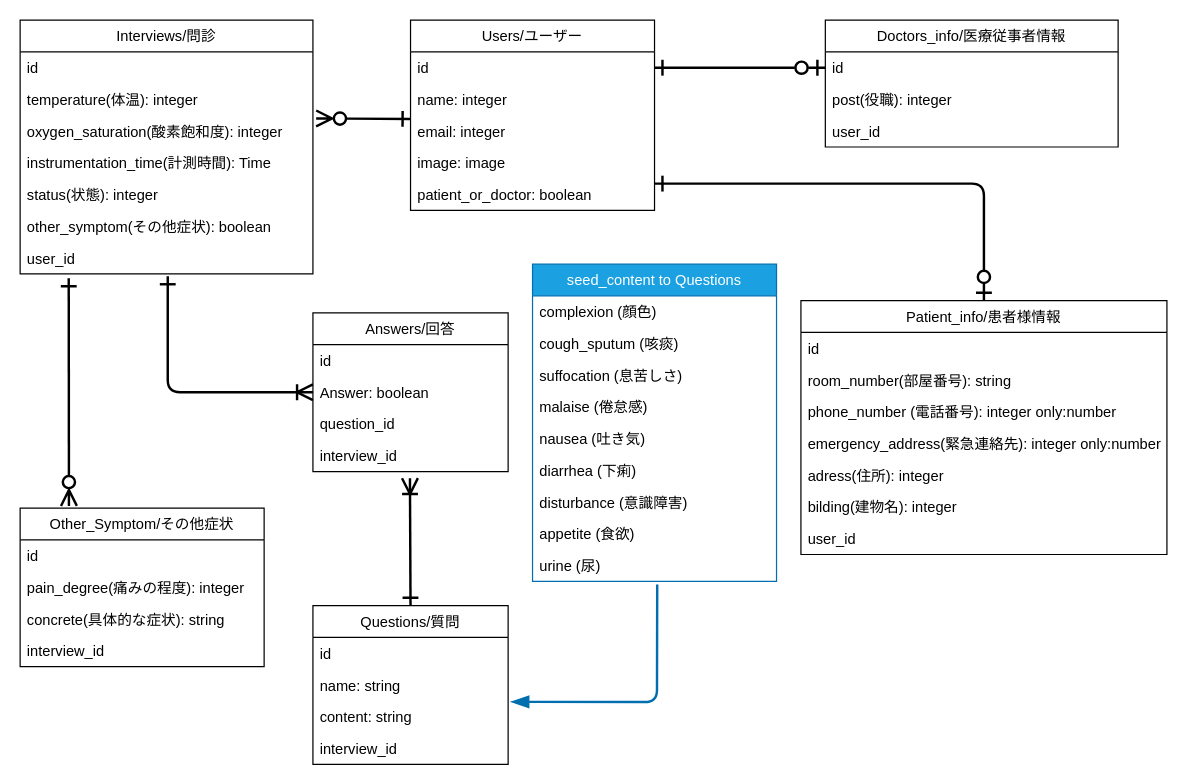
Earlier version of the draw.io diagram README参考資料/er図.drawio (wakametarou/COVID-MGR). Source tidied: cells renumbered, new cells numbered last; positions are measured from the earlier drawing's top-left corner, leaving out a move shared by most shapes. Both pictures are drawn from the tidied source at 122%, with x=0, y=0 at pixel (20, 20).
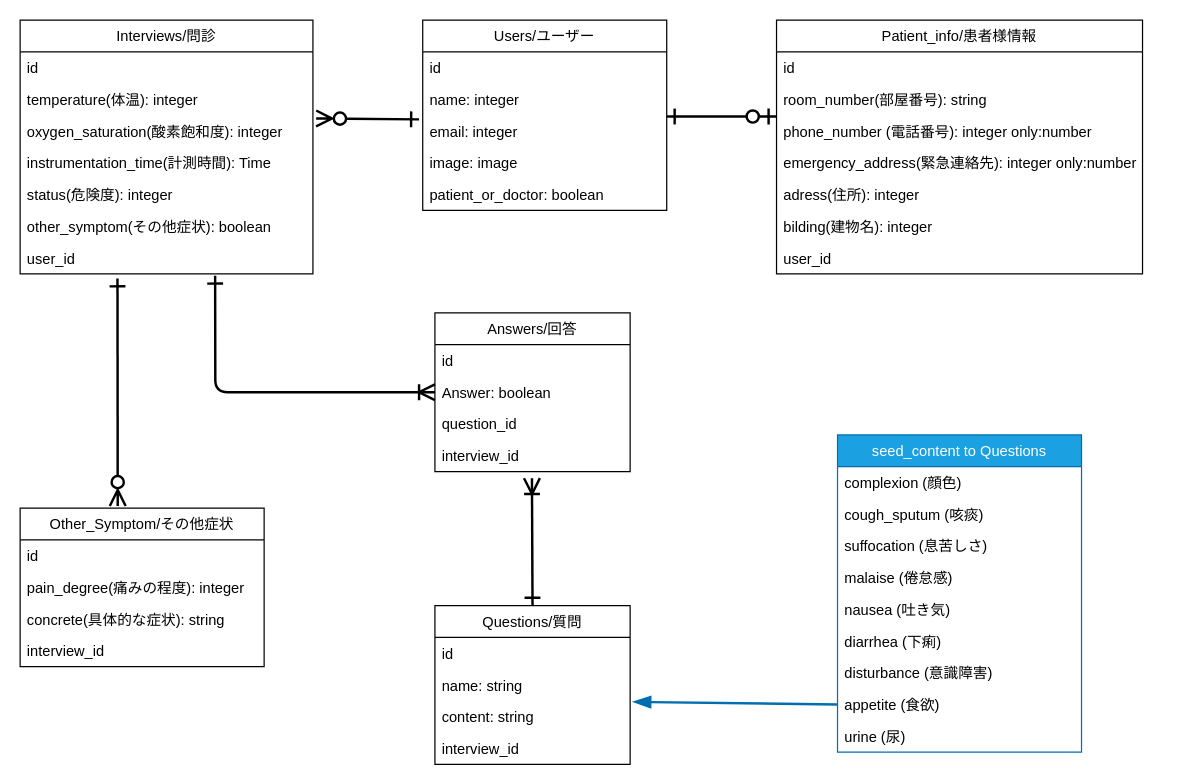
The same page after the edit.

The change refers to these unchanged cells:
```xml
<mxCell id="2" value="Interviews/問診" style="swimlane;fontStyle=0;horizontal=1;startSize=26;" parent="1" vertex="1">
  <mxGeometry width="240" height="208" as="geometry" />
</mxCell>
<mxCell id="5" value="oxygen_saturation(酸素飽和度): integer" style="text;strokeColor=none;fillColor=none;align=left;verticalAlign=top;spacingLeft=4;spacingRight=4;overflow=hidden;points=[[0,0.5],[1,0.5]];portConstraint=eastwest;" parent="2" vertex="1">
  <mxGeometry y="78" width="240" height="26" as="geometry" />
</mxCell>
<mxCell id="9" value="user_id" style="text;strokeColor=none;fillColor=none;align=left;verticalAlign=top;spacingLeft=4;spacingRight=4;overflow=hidden;points=[[0,0.5],[1,0.5]];portConstraint=eastwest;" parent="2" vertex="1">
  <mxGeometry y="182" width="240" height="26" as="geometry" />
</mxCell>
<mxCell id="12" value="id" style="text;strokeColor=none;fillColor=none;align=left;verticalAlign=top;spacingLeft=4;spacingRight=4;overflow=hidden;points=[[0,0.5],[1,0.5]];portConstraint=eastwest;" parent="11" vertex="1">
  <mxGeometry y="26" width="200" height="26" as="geometry" />
</mxCell>
<mxCell id="14" value="email: integer" style="text;strokeColor=none;fillColor=none;align=left;verticalAlign=top;spacingLeft=4;spacingRight=4;overflow=hidden;points=[[0,0.5],[1,0.5]];portConstraint=eastwest;" parent="11" vertex="1">
  <mxGeometry y="78" width="200" height="26" as="geometry" />
</mxCell>
<mxCell id="31" value="Answer: boolean" style="text;strokeColor=none;fillColor=none;align=left;verticalAlign=top;spacingLeft=4;spacingRight=4;overflow=hidden;points=[[0,0.5],[1,0.5]];portConstraint=eastwest;" parent="29" vertex="1">
  <mxGeometry y="52" width="160" height="26" as="geometry" />
</mxCell>
<mxCell id="37" value="Other_Symptom/その他症状" style="swimlane;fontStyle=0;horizontal=1;startSize=26;" parent="1" vertex="1">
  <mxGeometry y="400" width="200" height="130" as="geometry" />
</mxCell>
<mxCell id="46" value="content: string" style="text;strokeColor=none;fillColor=none;align=left;verticalAlign=top;spacingLeft=4;spacingRight=4;overflow=hidden;points=[[0,0.5],[1,0.5]];portConstraint=eastwest;" parent="43" vertex="1">
  <mxGeometry y="78" width="160" height="26" as="geometry" />
</mxCell>
<mxCell id="58" value="appetite (食欲)" style="text;strokeColor=none;fillColor=none;align=left;verticalAlign=top;spacingLeft=4;spacingRight=4;overflow=hidden;points=[[0,0.5],[1,0.5]];portConstraint=eastwest;" parent="50" vertex="1">
  <mxGeometry y="208" width="200" height="26" as="geometry" />
</mxCell>
<mxCell id="59" value="urine (尿)" style="text;strokeColor=none;fillColor=none;align=left;verticalAlign=top;spacingLeft=4;spacingRight=4;overflow=hidden;points=[[0,0.5],[1,0.5]];portConstraint=eastwest;" parent="50" vertex="1">
  <mxGeometry y="234" width="200" height="26" as="geometry" />
</mxCell>
```

The edit, as a diff of the source:
```diff
@@
-    <mxCell id="7" value="status(状態): integer" style="text;strokeColor=none;fillColor=none;align=left;verticalAlign=top;spacingLeft=4;spacingRight=4;overflow=hidden;" parent="2" vertex="1">
+    <mxCell id="7" value="status(危険度): integer" style="text;strokeColor=none;fillColor=none;align=left;verticalAlign=top;spacingLeft=4;spacingRight=4;overflow=hidden;" parent="2" vertex="1">
       <mxGeometry y="130" width="240" height="26" as="geometry" />
     </mxCell>
@@
-    <mxCell id="10" style="edgeStyle=none;html=1;endArrow=ERzeroToMany;endFill=0;strokeWidth=2;startArrow=ERone;startFill=0;targetPerimeterSpacing=0;rounded=1;sourcePerimeterSpacing=0;endSize=10;startSize=10;entryX=0.2;entryY=-0.014;entryDx=0;entryDy=0;entryPerimeter=0;exitX=0.166;exitY=1.141;exitDx=0;exitDy=0;exitPerimeter=0;" parent="1" edge="1" source="9" target="37">
-      <mxGeometry relative="1" as="geometry" />
+    <mxCell id="10" style="edgeStyle=none;html=1;endArrow=ERzeroToMany;endFill=0;strokeWidth=2;startArrow=ERone;startFill=0;targetPerimeterSpacing=0;rounded=1;sourcePerimeterSpacing=0;endSize=10;startSize=10;entryX=0.2;entryY=-0.014;entryDx=0;entryDy=0;entryPerimeter=0;exitX=0.166;exitY=1.141;exitDx=0;exitDy=0;exitPerimeter=0;" parent="1" edge="1">
+      <mxGeometry relative="1" as="geometry">
+        <mxPoint x="79.8" y="211.7" as="sourcePoint" />
+        <mxPoint x="80" y="398.2" as="targetPoint" />
+      </mxGeometry>
     </mxCell>
     <mxCell id="11" value="Users/ユーザー" style="swimlane;fontStyle=0;horizontal=1;startSize=26;" parent="1" vertex="1">
-      <mxGeometry x="320" width="200" height="156" as="geometry" />
+      <mxGeometry x="330" width="200" height="156" as="geometry" />
     </mxCell>
@@
-    <mxCell id="17" value="Doctors_info/医療従事者情報" style="swimlane;fontStyle=0;horizontal=1;startSize=26;" parent="1" vertex="1">
-      <mxGeometry x="660" width="240" height="104" as="geometry" />
-    </mxCell>
-    <mxCell id="18" value="id" style="text;strokeColor=none;fillColor=none;align=left;verticalAlign=top;spacingLeft=4;spacingRight=4;overflow=hidden;points=[[0,0.5],[1,0.5]];portConstraint=eastwest;" parent="17" vertex="1">
-      <mxGeometry y="26" width="240" height="26" as="geometry" />
-    </mxCell>
-    <mxCell id="19" value="post(役職): integer" style="text;strokeColor=none;fillColor=none;align=left;verticalAlign=top;spacingLeft=4;spacingRight=4;overflow=hidden;" parent="17" vertex="1">
-      <mxGeometry y="52" width="240" height="26" as="geometry" />
-    </mxCell>
-    <mxCell id="20" value="user_id" style="text;strokeColor=none;fillColor=none;align=left;verticalAlign=top;spacingLeft=4;spacingRight=4;overflow=hidden;" parent="17" vertex="1">
-      <mxGeometry y="78" width="240" height="26" as="geometry" />
-    </mxCell>
     <mxCell id="21" value="Patient_info/患者様情報" style="swimlane;fontStyle=0;horizontal=1;startSize=26;" parent="1" vertex="1">
-      <mxGeometry x="640" y="230" width="300" height="208" as="geometry" />
+      <mxGeometry x="620" width="300" height="208" as="geometry" />
     </mxCell>
@@
     <mxCell id="29" value="Answers/回答" style="swimlane;fontStyle=0;horizontal=1;startSize=26;" parent="1" vertex="1">
-      <mxGeometry x="240" y="240" width="160" height="130" as="geometry" />
+      <mxGeometry x="340" y="240" width="160" height="130" as="geometry" />
     </mxCell>
@@
-    <mxCell id="34" style="edgeStyle=none;html=1;endArrow=ERzeroToMany;endFill=0;strokeWidth=2;startArrow=ERone;startFill=0;targetPerimeterSpacing=0;rounded=1;sourcePerimeterSpacing=0;endSize=10;startSize=10;entryX=1.011;entryY=0.099;entryDx=0;entryDy=0;entryPerimeter=0;" parent="1" edge="1" target="5">
-      <mxGeometry relative="1" as="geometry">
-        <mxPoint x="320" y="81" as="sourcePoint" />
-      </mxGeometry>
+    <mxCell id="34" style="edgeStyle=none;html=1;endArrow=ERzeroToMany;endFill=0;strokeWidth=2;startArrow=ERone;startFill=0;targetPerimeterSpacing=0;rounded=1;sourcePerimeterSpacing=0;endSize=10;startSize=10;entryX=1.011;entryY=0.099;entryDx=0;entryDy=0;entryPerimeter=0;exitX=-0.015;exitY=0.129;exitDx=0;exitDy=0;exitPerimeter=0;" parent="1" edge="1" source="14" target="5">
+      <mxGeometry relative="1" as="geometry" />
     </mxCell>
-    <mxCell id="35" style="edgeStyle=none;html=1;endArrow=ERzeroToOne;endFill=0;strokeWidth=2;startArrow=ERone;startFill=0;targetPerimeterSpacing=0;rounded=1;sourcePerimeterSpacing=0;endSize=10;startSize=10;exitX=1;exitY=0.5;exitDx=0;exitDy=0;entryX=0;entryY=0.5;entryDx=0;entryDy=0;" parent="1" edge="1" source="12" target="18">
-      <mxGeometry relative="1" as="geometry" />
+    <mxCell id="35" style="edgeStyle=none;html=1;endArrow=ERzeroToOne;endFill=0;strokeWidth=2;startArrow=ERone;startFill=0;targetPerimeterSpacing=0;rounded=1;sourcePerimeterSpacing=0;endSize=10;startSize=10;entryX=0;entryY=0.5;entryDx=0;entryDy=0;" parent="1" edge="1">
+      <mxGeometry relative="1" as="geometry">
+        <mxPoint x="530" y="79" as="sourcePoint" />
+        <mxPoint x="620" y="79" as="targetPoint" />
+      </mxGeometry>
     </mxCell>
-    <mxCell id="36" style="edgeStyle=none;html=1;endArrow=ERzeroToOne;endFill=0;strokeWidth=2;startArrow=ERone;startFill=0;targetPerimeterSpacing=0;rounded=1;sourcePerimeterSpacing=0;endSize=10;startSize=10;entryX=0.5;entryY=0;entryDx=0;entryDy=0;" parent="1" edge="1" target="21">
-      <mxGeometry relative="1" as="geometry">
-        <mxPoint x="520" y="134" as="sourcePoint" />
-        <Array as="points">
-          <mxPoint x="790" y="134" />
-        </Array>
-      </mxGeometry>
-    </mxCell>
@@
     <mxCell id="43" value="Questions/質問" style="swimlane;fontStyle=0;horizontal=1;startSize=26;" parent="1" vertex="1">
-      <mxGeometry x="240" y="480" width="160" height="130" as="geometry" />
+      <mxGeometry x="340" y="480" width="160" height="130" as="geometry" />
     </mxCell>
@@
-    <mxCell id="48" style="edgeStyle=none;html=1;endArrow=ERoneToMany;endFill=0;strokeWidth=2;startArrow=ERone;startFill=0;targetPerimeterSpacing=0;rounded=1;sourcePerimeterSpacing=0;endSize=10;startSize=10;entryX=0;entryY=0.5;entryDx=0;entryDy=0;" parent="1" edge="1" target="31">
+    <mxCell id="48" style="edgeStyle=none;html=1;endArrow=ERoneToMany;endFill=0;strokeWidth=2;startArrow=ERone;startFill=0;targetPerimeterSpacing=0;rounded=1;sourcePerimeterSpacing=0;endSize=10;startSize=10;entryX=0;entryY=0.5;entryDx=0;entryDy=0;exitX=0.666;exitY=1.056;exitDx=0;exitDy=0;exitPerimeter=0;" parent="1" edge="1" source="9" target="31">
       <mxGeometry relative="1" as="geometry">
-        <mxPoint x="121" y="210" as="sourcePoint" />
         <Array as="points">
-          <mxPoint x="121" y="305" />
+          <mxPoint x="160" y="305" />
         </Array>
       </mxGeometry>
     </mxCell>
-    <mxCell id="49" style="edgeStyle=none;html=1;entryX=1.014;entryY=0.031;entryDx=0;entryDy=0;entryPerimeter=0;startArrow=none;startFill=0;endArrow=blockThin;endFill=1;strokeWidth=2;exitX=0.511;exitY=1.098;exitDx=0;exitDy=0;exitPerimeter=0;endSize=10;fillColor=#1ba1e2;strokeColor=#006EAF;" parent="1" edge="1" source="59" target="46">
-      <mxGeometry relative="1" as="geometry">
-        <Array as="points">
-          <mxPoint x="522" y="559" />
-        </Array>
-      </mxGeometry>
+    <mxCell id="49" style="edgeStyle=none;html=1;entryX=1.014;entryY=0.031;entryDx=0;entryDy=0;entryPerimeter=0;startArrow=none;startFill=0;endArrow=blockThin;endFill=1;strokeWidth=2;endSize=10;fillColor=#1ba1e2;strokeColor=#006EAF;exitX=0;exitY=0.5;exitDx=0;exitDy=0;" parent="1" edge="1" source="58" target="46">
+      <mxGeometry relative="1" as="geometry" />
     </mxCell>
     <mxCell id="50" value="seed_content to Questions" style="swimlane;fontStyle=0;horizontal=1;startSize=26;fillColor=#1ba1e2;fontColor=#ffffff;strokeColor=#006EAF;" parent="1" vertex="1">
-      <mxGeometry x="420" y="200" width="200" height="260" as="geometry" />
+      <mxGeometry x="670" y="340" width="200" height="260" as="geometry" />
     </mxCell>
```
